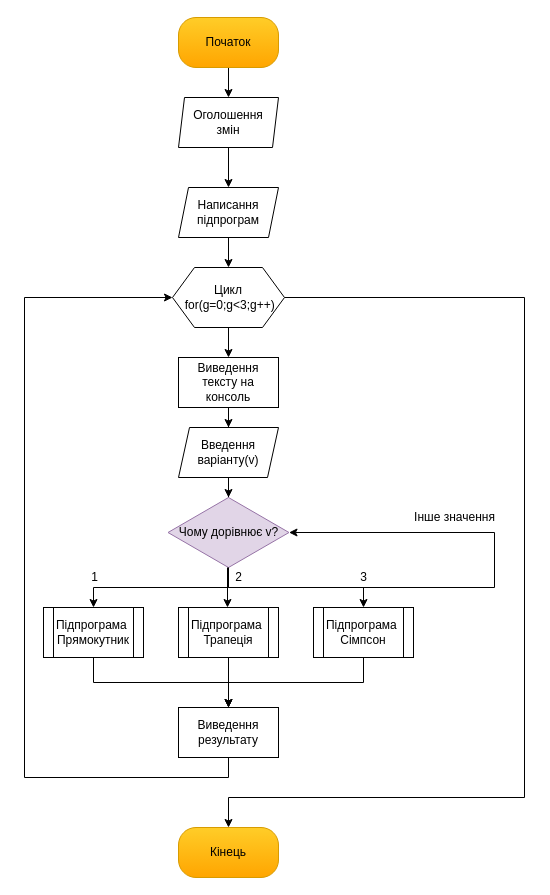
Grysnui/Labka-2 keeps this draw.io diagram as Untitled Diagram.drawio. Above is the earlier version. Source tidied: cells renumbered, new cells numbered last; positions are measured from the earlier drawing's top-left corner, leaving out a move shared by most shapes. Both pictures are drawn from the tidied source at 100%, with x=0, y=0 at pixel (24, 17).
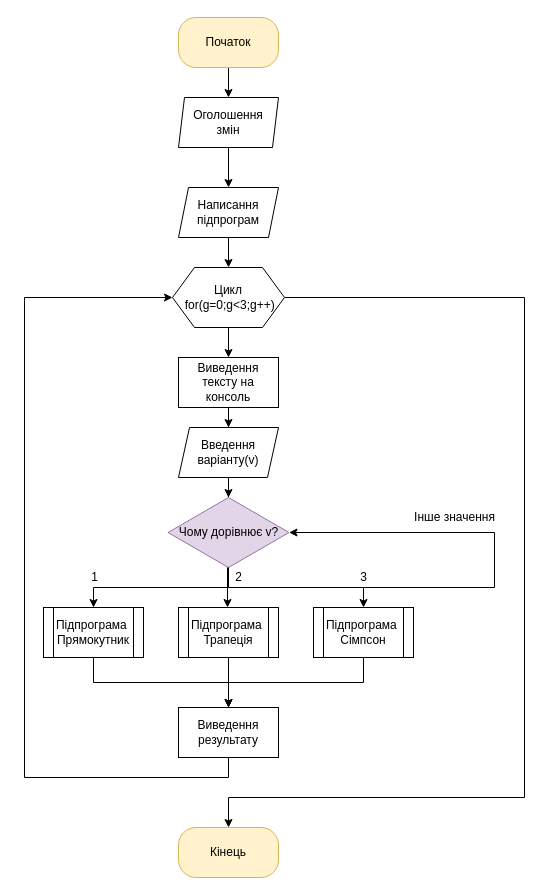
The same diagram, later.

What changed in the source:
```diff
@@
-    <mxCell id="3" value="Початок" style="rounded=1;whiteSpace=wrap;html=1;arcSize=35;fillColor=#ffcd28;strokeColor=#d79b00;gradientColor=#ffa500;" parent="1" vertex="1">
+    <mxCell id="3" value="Початок" style="rounded=1;whiteSpace=wrap;html=1;arcSize=35;fillColor=#fff2cc;strokeColor=#d6b656;" parent="1" vertex="1">
       <mxGeometry x="154" width="100" height="50" as="geometry" />
     </mxCell>
@@
-    <mxCell id="30" value="Кінець" style="rounded=1;whiteSpace=wrap;html=1;arcSize=35;fillColor=#ffcd28;strokeColor=#d79b00;gradientColor=#ffa500;" parent="1" vertex="1">
+    <mxCell id="30" value="Кінець" style="rounded=1;whiteSpace=wrap;html=1;arcSize=35;fillColor=#fff2cc;strokeColor=#d6b656;" parent="1" vertex="1">
       <mxGeometry x="154" y="810" width="100" height="50" as="geometry" />
     </mxCell>
```
